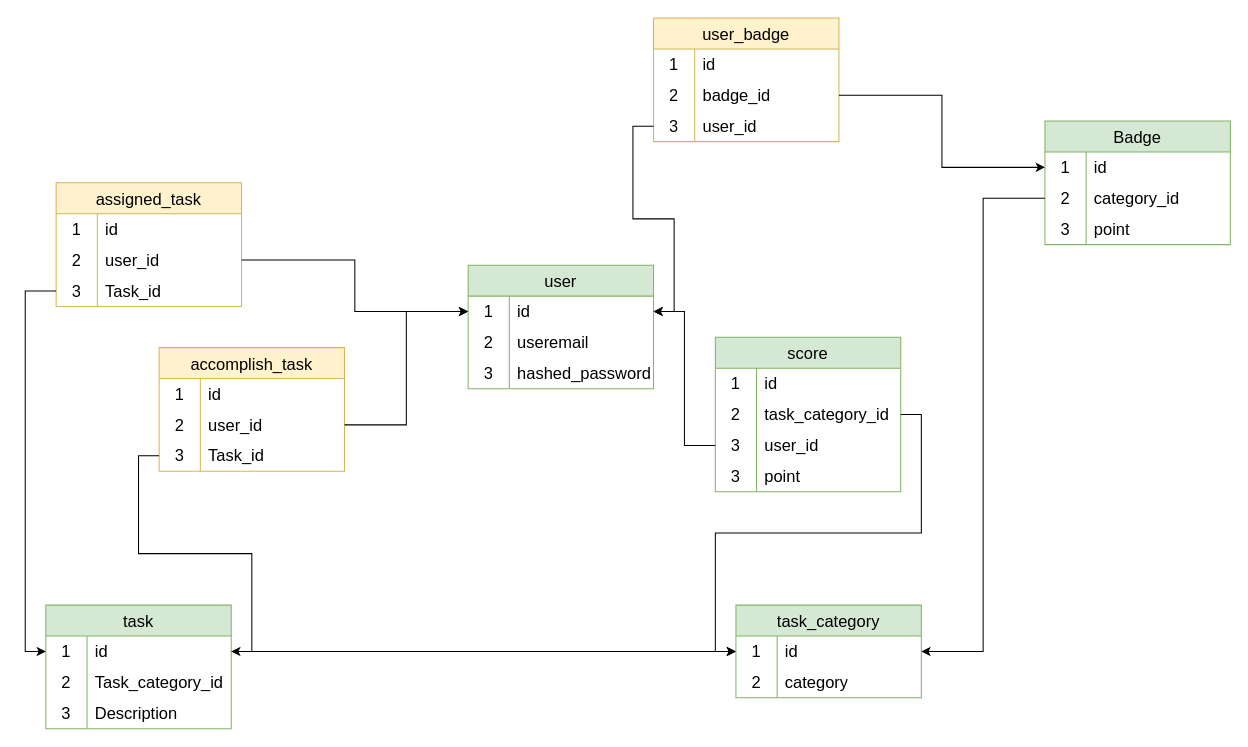
Earlier version of the draw.io diagram Diagramme sans nom.drawio (Remy-B-prog/Mytodolist). Source tidied: cells renumbered, new cells numbered last; positions are measured from the earlier drawing's top-left corner, leaving out a move shared by most shapes. Both pictures are drawn from the tidied source at 103%, with x=0, y=0 at pixel (45, 18).
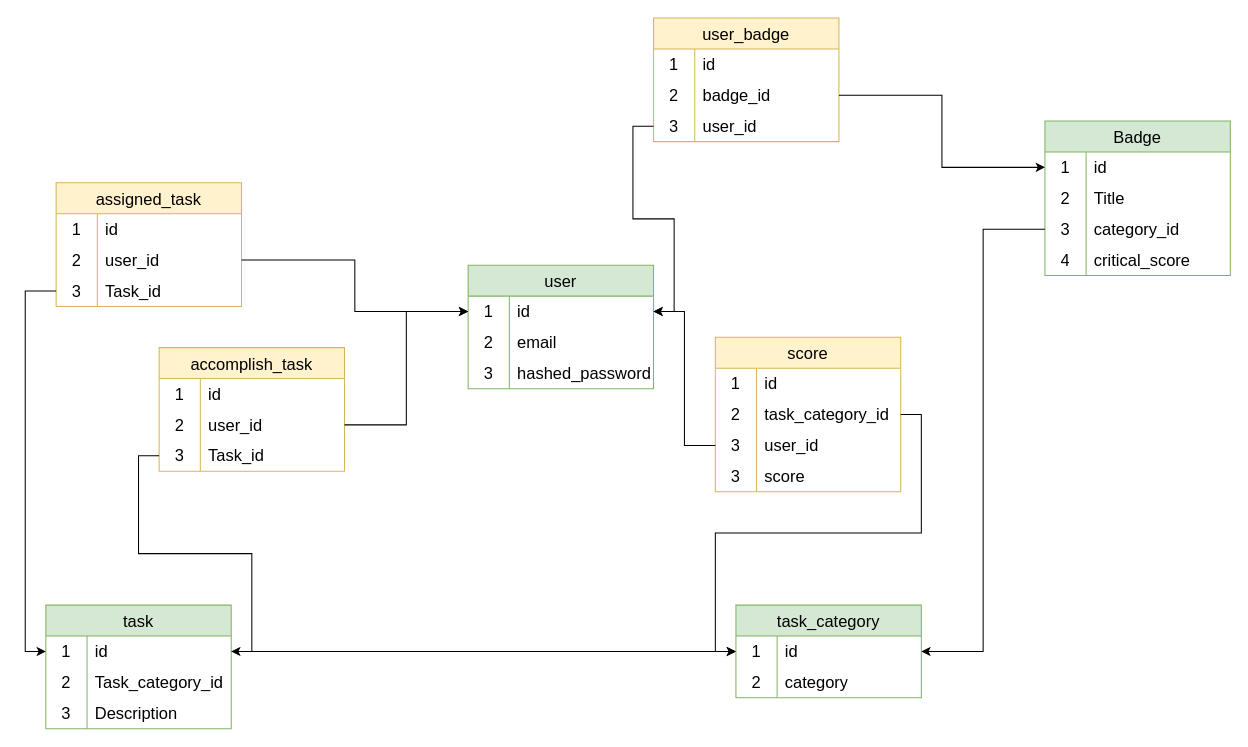
After the change.

Unchanged cells that the change refers to:
```xml
<mxCell id="6" style="shape=tableRow;horizontal=0;startSize=0;swimlaneHead=0;swimlaneBody=0;top=0;left=0;bottom=0;right=0;fillColor=none;strokeColor=inherit;fontSize=16;" parent="2" vertex="1">
  <mxGeometry y="60" width="180" height="30" as="geometry" />
</mxCell>
<mxCell id="86" style="shape=tableRow;horizontal=0;startSize=0;swimlaneHead=0;swimlaneBody=0;top=0;left=0;bottom=0;right=0;fillColor=none;strokeColor=inherit;fontSize=16;" parent="76" vertex="1">
  <mxGeometry y="120" width="180" height="30" as="geometry" />
</mxCell>
```

Change to the diagram source:
```diff
@@
-    <mxCell id="8" value="useremail" style="shape=partialRectangle;html=1;whiteSpace=wrap;fillColor=none;top=0;left=0;bottom=0;right=0;align=left;spacingLeft=6;overflow=hidden;strokeColor=inherit;fontSize=16;" parent="6" vertex="1">
+    <mxCell id="8" value="email" style="shape=partialRectangle;html=1;whiteSpace=wrap;fillColor=none;top=0;left=0;bottom=0;right=0;align=left;spacingLeft=6;overflow=hidden;strokeColor=inherit;fontSize=16;" parent="6" vertex="1">
       <mxGeometry x="40" width="140" height="30" as="geometry" />
     </mxCell>
@@
     <mxCell id="50" value="Badge" style="shape=table;startSize=30;childLayout=tableLayout;rowLines=0;fontStyle=0;strokeColor=#82b366;fontSize=16;fillColor=#d5e8d4;" parent="1" vertex="1">
-      <mxGeometry x="970" y="100" width="180" height="120" as="geometry" />
+      <mxGeometry x="970" y="100" width="180" height="150" as="geometry" />
     </mxCell>
@@
+    <mxCell id="92" style="shape=tableRow;horizontal=0;startSize=0;swimlaneHead=0;swimlaneBody=0;top=0;left=0;bottom=0;right=0;fillColor=none;strokeColor=inherit;fontSize=16;" parent="50" vertex="1">
+      <mxGeometry y="60" width="180" height="30" as="geometry" />
+    </mxCell>
+    <mxCell id="93" value="2" style="shape=partialRectangle;html=1;whiteSpace=wrap;fillColor=none;top=0;left=0;bottom=0;right=0;overflow=hidden;strokeColor=inherit;fontSize=16;" parent="92" vertex="1">
+      <mxGeometry width="40" height="30" as="geometry" />
+    </mxCell>
+    <mxCell id="94" value="Title" style="shape=partialRectangle;html=1;whiteSpace=wrap;fillColor=none;top=0;left=0;bottom=0;right=0;align=left;spacingLeft=6;overflow=hidden;strokeColor=inherit;fontSize=16;" parent="92" vertex="1">
+      <mxGeometry x="40" width="140" height="30" as="geometry" />
+    </mxCell>
     <mxCell id="54" style="shape=tableRow;horizontal=0;startSize=0;swimlaneHead=0;swimlaneBody=0;top=0;left=0;bottom=0;right=0;fillColor=none;points=[[0,0.5],[1,0.5]];portConstraint=eastwest;strokeColor=inherit;fontSize=16;" parent="50" vertex="1">
-      <mxGeometry y="60" width="180" height="30" as="geometry" />
+      <mxGeometry y="90" width="180" height="30" as="geometry" />
     </mxCell>
-    <mxCell id="55" value="2" style="shape=partialRectangle;html=1;whiteSpace=wrap;fillColor=none;top=0;left=0;bottom=0;right=0;overflow=hidden;strokeColor=inherit;fontSize=16;" parent="54" vertex="1">
+    <mxCell id="55" value="3" style="shape=partialRectangle;html=1;whiteSpace=wrap;fillColor=none;top=0;left=0;bottom=0;right=0;overflow=hidden;strokeColor=inherit;fontSize=16;" parent="54" vertex="1">
       <mxGeometry width="40" height="30" as="geometry" />
     </mxCell>
@@
     <mxCell id="57" style="shape=tableRow;horizontal=0;startSize=0;swimlaneHead=0;swimlaneBody=0;top=0;left=0;bottom=0;right=0;fillColor=none;strokeColor=inherit;fontSize=16;" parent="50" vertex="1">
-      <mxGeometry y="90" width="180" height="30" as="geometry" />
+      <mxGeometry y="120" width="180" height="30" as="geometry" />
     </mxCell>
-    <mxCell id="58" value="3" style="shape=partialRectangle;html=1;whiteSpace=wrap;fillColor=none;top=0;left=0;bottom=0;right=0;overflow=hidden;strokeColor=inherit;fontSize=16;" parent="57" vertex="1">
+    <mxCell id="58" value="4" style="shape=partialRectangle;html=1;whiteSpace=wrap;fillColor=none;top=0;left=0;bottom=0;right=0;overflow=hidden;strokeColor=inherit;fontSize=16;" parent="57" vertex="1">
       <mxGeometry width="40" height="30" as="geometry" />
     </mxCell>
-    <mxCell id="59" value="point" style="shape=partialRectangle;html=1;whiteSpace=wrap;fillColor=none;top=0;left=0;bottom=0;right=0;align=left;spacingLeft=6;overflow=hidden;strokeColor=inherit;fontSize=16;" parent="57" vertex="1">
+    <mxCell id="59" value="critical_score" style="shape=partialRectangle;html=1;whiteSpace=wrap;fillColor=none;top=0;left=0;bottom=0;right=0;align=left;spacingLeft=6;overflow=hidden;strokeColor=inherit;fontSize=16;" parent="57" vertex="1">
       <mxGeometry x="40" width="140" height="30" as="geometry" />
     </mxCell>
@@
-    <mxCell id="76" value="score" style="shape=table;startSize=30;childLayout=tableLayout;rowLines=0;fontStyle=0;strokeColor=#82b366;fontSize=16;fillColor=#d5e8d4;" parent="1" vertex="1">
+    <mxCell id="76" value="score" style="shape=table;startSize=30;childLayout=tableLayout;rowLines=0;fontStyle=0;strokeColor=#d6b656;fontSize=16;fillColor=#fff2cc;" parent="1" vertex="1">
       <mxGeometry x="650" y="310" width="180" height="150" as="geometry" />
     </mxCell>
@@
-    <mxCell id="88" value="point" style="shape=partialRectangle;html=1;whiteSpace=wrap;fillColor=none;top=0;left=0;bottom=0;right=0;align=left;spacingLeft=6;overflow=hidden;strokeColor=inherit;fontSize=16;" parent="86" vertex="1">
+    <mxCell id="88" value="score" style="shape=partialRectangle;html=1;whiteSpace=wrap;fillColor=none;top=0;left=0;bottom=0;right=0;align=left;spacingLeft=6;overflow=hidden;strokeColor=inherit;fontSize=16;" parent="86" vertex="1">
       <mxGeometry x="40" width="140" height="30" as="geometry" />
     </mxCell>
```
